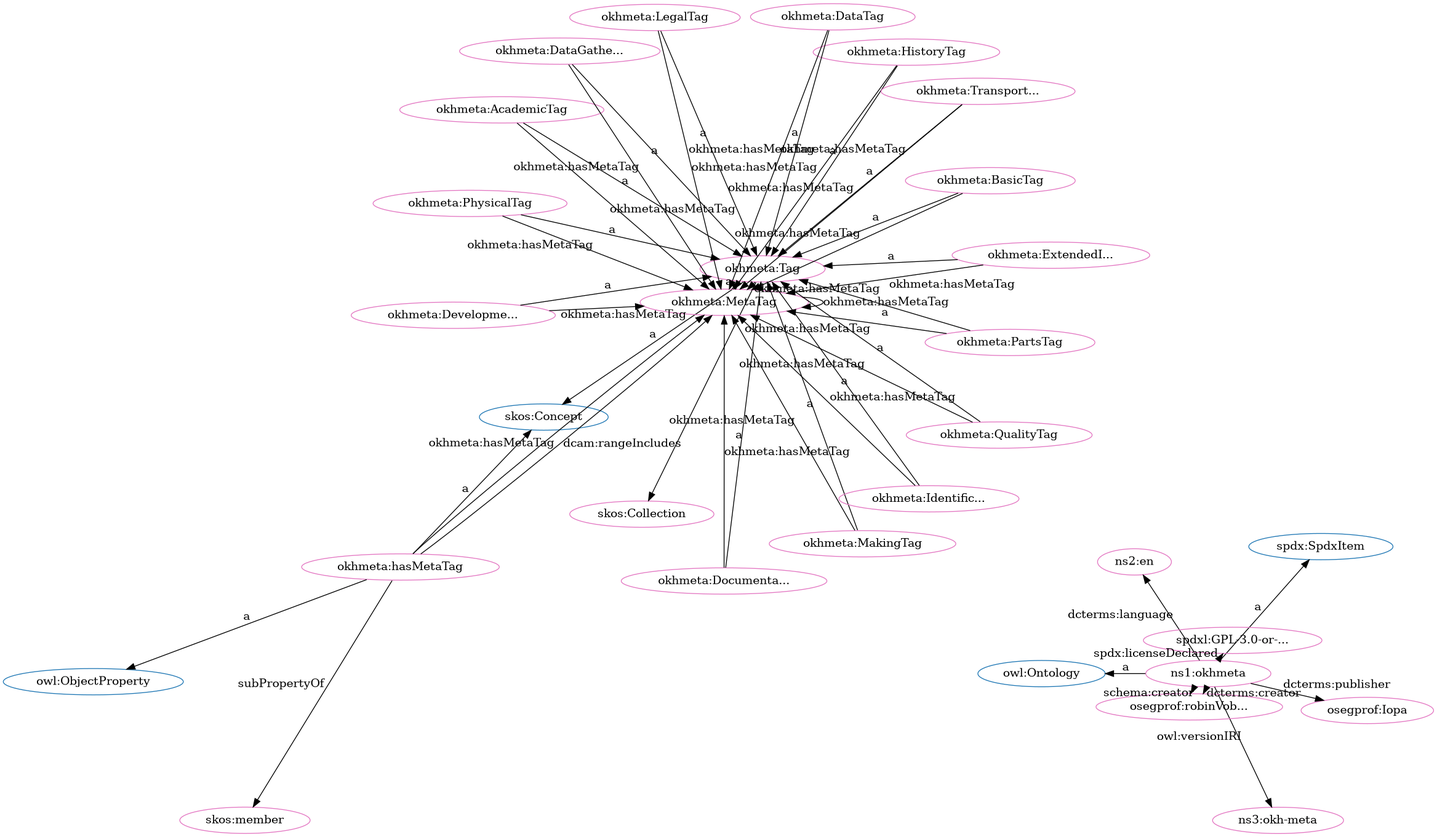
Above: src/spec/fdp_okh-meta.png in iop-alliance/OpenKnowHow (Graphviz), before the change. Its source is kept beside it as src/spec/fdp_okh-meta.dot.
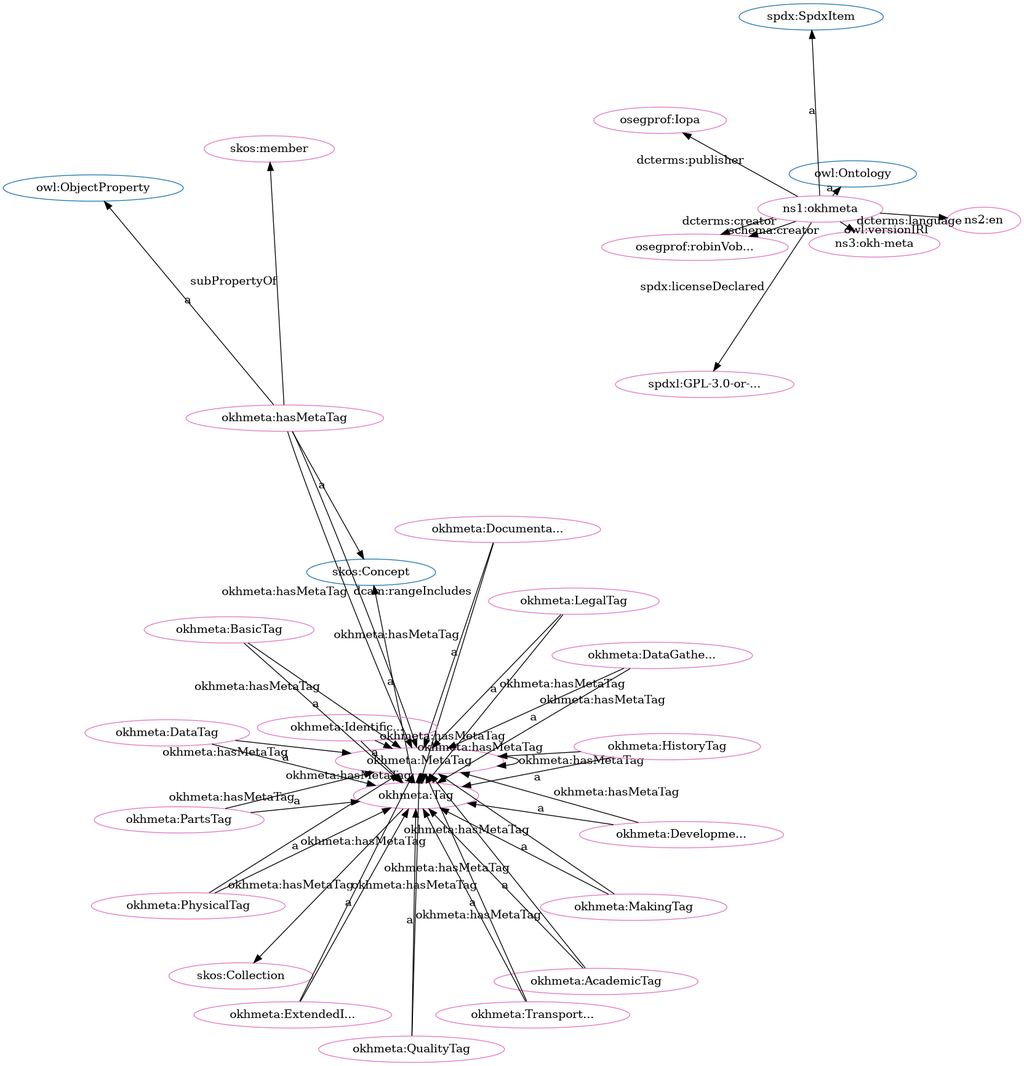
The same file after the commit.

What changed in the source:
```diff
@@ -1,84 +1,84 @@
 digraph G {
   rankdir=BT
   node[height=.3]
+"http://www.w3.org/2004/02/skos/core#Collection" [fillcolor="#1f77b4" color="#1f77b4" label="skos:Collection"]
+"http://w3id.org/oseg/ont/okhmeta#Tag" [fillcolor="#1f77b4" color="#1f77b4" label="okhmeta:Tag"]
+"http://www.w3.org/2002/07/owl#ObjectProperty" [fillcolor="#1f77b4" color="#1f77b4" label="owl:ObjectProperty"]
+"http://spdx.org/rdf/terms#SpdxItem" [fillcolor="#1f77b4" color="#1f77b4" label="spdx:SpdxItem"]
 "http://www.w3.org/2004/02/skos/core#Concept" [fillcolor="#1f77b4" color="#1f77b4" label="skos:Concept"]
 "http://www.w3.org/2002/07/owl#Ontology" [fillcolor="#1f77b4" color="#1f77b4" label="owl:Ontology"]
-"http://spdx.org/rdf/terms#SpdxItem" [fillcolor="#1f77b4" color="#1f77b4" label="spdx:SpdxItem"]
-"http://w3id.org/oseg/ont/okhmeta#Tag" [fillcolor="#1f77b4" color="#1f77b4" label="okhmeta:Tag"]
-"http://www.w3.org/2004/02/skos/core#Collection" [fillcolor="#1f77b4" color="#1f77b4" label="skos:Collection"]
-"http://www.w3.org/2002/07/owl#ObjectProperty" [fillcolor="#1f77b4" color="#1f77b4" label="owl:ObjectProperty"]
+"http://w3id.org/oseg/ont/okhmeta#DataTag" [fillcolor="#e377c2" color="#e377c2" label="okhmeta:DataTag"]
+"http://w3id.org/oseg/ont/okhmeta#PartsTag" [fillcolor="#e377c2" color="#e377c2" label="okhmeta:PartsTag"]
+"http://w3id.org/oseg/ont/oseg-profiles#robinVobruba" [fillcolor="#e377c2" color="#e377c2" label="osegprof:robinVob..."]
+"http://w3id.org/oseg/ont/okhmeta#AcademicTag" [fillcolor="#e377c2" color="#e377c2" label="okhmeta:AcademicTag"]
+"http://w3id.org/oseg/ont/okhmeta#MakingTag" [fillcolor="#e377c2" color="#e377c2" label="okhmeta:MakingTag"]
+"http://w3id.org/oseg/ont/okhmeta" [fillcolor="#e377c2" color="#e377c2" label="ns1:okhmeta"]
+"http://w3id.org/oseg/ont/okhmeta#ExtendedInfoTag" [fillcolor="#e377c2" color="#e377c2" label="okhmeta:ExtendedI..."]
+"http://w3id.org/oseg/ont/okhmeta#Tag" [fillcolor="#e377c2" color="#e377c2" label="okhmeta:Tag"]
+"http://w3id.org/oseg/ont/okhmeta#MetaTag" [fillcolor="#e377c2" color="#e377c2" label="okhmeta:MetaTag"]
+"http://id.loc.gov/vocabulary/iso639-1/en" [fillcolor="#e377c2" color="#e377c2" label="ns2:en"]
+"http://w3id.org/oseg/ont/okhmeta#DataGatheringTag" [fillcolor="#e377c2" color="#e377c2" label="okhmeta:DataGathe..."]
+"http://w3id.org/oseg/ont/okhmeta#hasMetaTag" [fillcolor="#e377c2" color="#e377c2" label="okhmeta:hasMetaTag"]
+"http://w3id.org/oseg/ont/okhmeta#LegalTag" [fillcolor="#e377c2" color="#e377c2" label="okhmeta:LegalTag"]
+"http://w3id.org/oseg/ont/okhmeta#DocumentationTag" [fillcolor="#e377c2" color="#e377c2" label="okhmeta:Documenta..."]
+"http://w3id.org/oseg/ont/okhmeta#IdentificationTag" [fillcolor="#e377c2" color="#e377c2" label="okhmeta:Identific..."]
+"http://w3id.org/oseg/ont/oseg-profiles#Iopa" [fillcolor="#e377c2" color="#e377c2" label="osegprof:Iopa"]
 "http://www.w3.org/2004/02/skos/core#Collection" [fillcolor="#e377c2" color="#e377c2" label="skos:Collection"]
-"http://w3id.org/oseg/ont/okhmeta#MetaTag" [fillcolor="#e377c2" color="#e377c2" label="okhmeta:MetaTag"]
+"http://w3id.org/oseg/ont/okhmeta#DevelopmentTag" [fillcolor="#e377c2" color="#e377c2" label="okhmeta:Developme..."]
 "http://w3id.org/oseg/ont/okhmeta#HistoryTag" [fillcolor="#e377c2" color="#e377c2" label="okhmeta:HistoryTag"]
-"http://w3id.org/oseg/ont/okhmeta#hasMetaTag" [fillcolor="#e377c2" color="#e377c2" label="okhmeta:hasMetaTag"]
-"http://w3id.org/oseg/ont/okhmeta" [fillcolor="#e377c2" color="#e377c2" label="ns1:okhmeta"]
-"http://w3id.org/oseg/ont/okhmeta#MakingTag" [fillcolor="#e377c2" color="#e377c2" label="okhmeta:MakingTag"]
+"http://www.w3.org/2004/02/skos/core#member" [fillcolor="#e377c2" color="#e377c2" label="skos:member"]
+"http://spdx.org/licenses/GPL-3.0-or-later" [fillcolor="#e377c2" color="#e377c2" label="spdxl:GPL-3.0-or-..."]
+"http://w3id.org/oseg/ont/1.1.0/okh-meta" [fillcolor="#e377c2" color="#e377c2" label="ns3:okh-meta"]
 "http://w3id.org/oseg/ont/okhmeta#PhysicalTag" [fillcolor="#e377c2" color="#e377c2" label="okhmeta:PhysicalTag"]
-"http://w3id.org/oseg/ont/okhmeta#PartsTag" [fillcolor="#e377c2" color="#e377c2" label="okhmeta:PartsTag"]
+"http://w3id.org/oseg/ont/okhmeta#BasicTag" [fillcolor="#e377c2" color="#e377c2" label="okhmeta:BasicTag"]
+"http://w3id.org/oseg/ont/okhmeta#TransportationTag" [fillcolor="#e377c2" color="#e377c2" label="okhmeta:Transport..."]
 "http://w3id.org/oseg/ont/okhmeta#QualityTag" [fillcolor="#e377c2" color="#e377c2" label="okhmeta:QualityTag"]
-"http://id.loc.gov/vocabulary/iso639-1/en" [fillcolor="#e377c2" color="#e377c2" label="ns2:en"]
-"http://w3id.org/oseg/ont/okhmeta#ExtendedInfoTag" [fillcolor="#e377c2" color="#e377c2" label="okhmeta:ExtendedI..."]
-"http://w3id.org/oseg/ont/okhmeta#IdentificationTag" [fillcolor="#e377c2" color="#e377c2" label="okhmeta:Identific..."]
-"http://w3id.org/oseg/ont/1.1.0/okh-meta" [fillcolor="#e377c2" color="#e377c2" label="ns3:okh-meta"]
-"http://w3id.org/oseg/ont/okhmeta#TransportationTag" [fillcolor="#e377c2" color="#e377c2" label="okhmeta:Transport..."]
-"http://w3id.org/oseg/ont/okhmeta#BasicTag" [fillcolor="#e377c2" color="#e377c2" label="okhmeta:BasicTag"]
-"http://w3id.org/oseg/ont/okhmeta#Tag" [fillcolor="#e377c2" color="#e377c2" label="okhmeta:Tag"]
-"http://w3id.org/oseg/ont/okhmeta#DocumentationTag" [fillcolor="#e377c2" color="#e377c2" label="okhmeta:Documenta..."]
-"http://w3id.org/oseg/ont/okhmeta#AcademicTag" [fillcolor="#e377c2" color="#e377c2" label="okhmeta:AcademicTag"]
-"http://spdx.org/licenses/GPL-3.0-or-later" [fillcolor="#e377c2" color="#e377c2" label="spdxl:GPL-3.0-or-..."]
-"http://w3id.org/oseg/ont/okhmeta#DataGatheringTag" [fillcolor="#e377c2" color="#e377c2" label="okhmeta:DataGathe..."]
-"http://w3id.org/oseg/ont/okhmeta#LegalTag" [fillcolor="#e377c2" color="#e377c2" label="okhmeta:LegalTag"]
-"http://w3id.org/oseg/ont/okhmeta#DataTag" [fillcolor="#e377c2" color="#e377c2" label="okhmeta:DataTag"]
-"http://w3id.org/oseg/ont/oseg-profiles#robinVobruba" [fillcolor="#e377c2" color="#e377c2" label="osegprof:robinVob..."]
-"http://w3id.org/oseg/ont/oseg-profiles#Iopa" [fillcolor="#e377c2" color="#e377c2" label="osegprof:Iopa"]
-"http://w3id.org/oseg/ont/okhmeta#DevelopmentTag" [fillcolor="#e377c2" color="#e377c2" label="okhmeta:Developme..."]
-"http://www.w3.org/2004/02/skos/core#member" [fillcolor="#e377c2" color="#e377c2" label="skos:member"]
-  "http://w3id.org/oseg/ont/okhmeta#Tag" -> "http://www.w3.org/2004/02/skos/core#Collection" [label=""]
-  "http://w3id.org/oseg/ont/okhmeta#DocumentationTag" -> "http://w3id.org/oseg/ont/okhmeta#MetaTag" [label="okhmeta:hasMetaTag"]
-  "http://w3id.org/oseg/ont/okhmeta#HistoryTag" -> "http://w3id.org/oseg/ont/okhmeta#Tag" [label="a"]
-  "http://w3id.org/oseg/ont/okhmeta#QualityTag" -> "http://w3id.org/oseg/ont/okhmeta#MetaTag" [label="okhmeta:hasMetaTag"]
-  "http://w3id.org/oseg/ont/okhmeta#IdentificationTag" -> "http://w3id.org/oseg/ont/okhmeta#MetaTag" [label="okhmeta:hasMetaTag"]
-  "http://w3id.org/oseg/ont/okhmeta" -> "http://spdx.org/rdf/terms#SpdxItem" [label="a"]
-  "http://w3id.org/oseg/ont/okhmeta#Tag" -> "http://w3id.org/oseg/ont/okhmeta#MetaTag" [label="okhmeta:hasMetaTag"]
+  "http://w3id.org/oseg/ont/okhmeta" -> "http://www.w3.org/2002/07/owl#Ontology" [label="a"]
+  "http://w3id.org/oseg/ont/okhmeta#AcademicTag" -> "http://w3id.org/oseg/ont/okhmeta#MetaTag" [label="okhmeta:hasMetaTag"]
+  "http://w3id.org/oseg/ont/okhmeta#MakingTag" -> "http://w3id.org/oseg/ont/okhmeta#MetaTag" [label="okhmeta:hasMetaTag"]
+  "http://w3id.org/oseg/ont/okhmeta#ExtendedInfoTag" -> "http://w3id.org/oseg/ont/okhmeta#MetaTag" [label="okhmeta:hasMetaTag"]
+  "http://w3id.org/oseg/ont/okhmeta#DataTag" -> "http://w3id.org/oseg/ont/okhmeta#MetaTag" [label="okhmeta:hasMetaTag"]
+  "http://w3id.org/oseg/ont/okhmeta#DataGatheringTag" -> "http://w3id.org/oseg/ont/okhmeta#Tag" [label="a"]
   "http://w3id.org/oseg/ont/okhmeta#MetaTag" -> "http://w3id.org/oseg/ont/okhmeta#MetaTag" [label="okhmeta:hasMetaTag"]
-  "http://w3id.org/oseg/ont/okhmeta#BasicTag" -> "http://w3id.org/oseg/ont/okhmeta#MetaTag" [label="okhmeta:hasMetaTag"]
-  "http://w3id.org/oseg/ont/okhmeta#MakingTag" -> "http://w3id.org/oseg/ont/okhmeta#Tag" [label="a"]
-  "http://w3id.org/oseg/ont/okhmeta#hasMetaTag" -> "http://www.w3.org/2002/07/owl#ObjectProperty" [label="a"]
-  "http://w3id.org/oseg/ont/okhmeta#QualityTag" -> "http://w3id.org/oseg/ont/okhmeta#Tag" [label="a"]
-  "http://w3id.org/oseg/ont/okhmeta#AcademicTag" -> "http://w3id.org/oseg/ont/okhmeta#MetaTag" [label="okhmeta:hasMetaTag"]
+  "http://w3id.org/oseg/ont/okhmeta#DevelopmentTag" -> "http://w3id.org/oseg/ont/okhmeta#MetaTag" [label="okhmeta:hasMetaTag"]
+  "http://w3id.org/oseg/ont/okhmeta#hasMetaTag" -> "http://www.w3.org/2004/02/skos/core#Concept" [label="a"]
+  "http://w3id.org/oseg/ont/okhmeta#LegalTag" -> "http://w3id.org/oseg/ont/okhmeta#Tag" [label="a"]
+  "http://w3id.org/oseg/ont/okhmeta#DataGatheringTag" -> "http://w3id.org/oseg/ont/okhmeta#MetaTag" [label="okhmeta:hasMetaTag"]
   "http://w3id.org/oseg/ont/okhmeta#IdentificationTag" -> "http://w3id.org/oseg/ont/okhmeta#Tag" [label="a"]
   "http://w3id.org/oseg/ont/okhmeta#PartsTag" -> "http://w3id.org/oseg/ont/okhmeta#MetaTag" [label="okhmeta:hasMetaTag"]
-  "http://w3id.org/oseg/ont/okhmeta#ExtendedInfoTag" -> "http://w3id.org/oseg/ont/okhmeta#MetaTag" [label="okhmeta:hasMetaTag"]
+  "http://w3id.org/oseg/ont/okhmeta#hasMetaTag" -> "http://w3id.org/oseg/ont/okhmeta#MetaTag" [label="dcam:rangeIncludes"]
+  "http://w3id.org/oseg/ont/okhmeta#DevelopmentTag" -> "http://w3id.org/oseg/ont/okhmeta#Tag" [label="a"]
+  "http://w3id.org/oseg/ont/okhmeta#HistoryTag" -> "http://w3id.org/oseg/ont/okhmeta#Tag" [label="a"]
+  "http://w3id.org/oseg/ont/okhmeta" -> "http://spdx.org/licenses/GPL-3.0-or-later" [label="spdx:licenseDeclared"]
+  "http://w3id.org/oseg/ont/okhmeta#IdentificationTag" -> "http://w3id.org/oseg/ont/okhmeta#MetaTag" [label="okhmeta:hasMetaTag"]
+  "http://w3id.org/oseg/ont/okhmeta#PhysicalTag" -> "http://w3id.org/oseg/ont/okhmeta#Tag" [label="a"]
   "http://w3id.org/oseg/ont/okhmeta#BasicTag" -> "http://w3id.org/oseg/ont/okhmeta#Tag" [label="a"]
+  "http://w3id.org/oseg/ont/okhmeta#TransportationTag" -> "http://w3id.org/oseg/ont/okhmeta#Tag" [label="a"]
+  "http://w3id.org/oseg/ont/okhmeta#QualityTag" -> "http://w3id.org/oseg/ont/okhmeta#MetaTag" [label="okhmeta:hasMetaTag"]
+  "http://w3id.org/oseg/ont/okhmeta#DataTag" -> "http://w3id.org/oseg/ont/okhmeta#Tag" [label="a"]
+  "http://w3id.org/oseg/ont/okhmeta#PartsTag" -> "http://w3id.org/oseg/ont/okhmeta#Tag" [label="a"]
+  "http://w3id.org/oseg/ont/okhmeta#AcademicTag" -> "http://w3id.org/oseg/ont/okhmeta#Tag" [label="a"]
+  "http://w3id.org/oseg/ont/okhmeta" -> "http://w3id.org/oseg/ont/oseg-profiles#robinVobruba" [label="dcterms:creator"]
+  "http://w3id.org/oseg/ont/okhmeta#MakingTag" -> "http://w3id.org/oseg/ont/okhmeta#Tag" [label="a"]
+  "http://w3id.org/oseg/ont/okhmeta#ExtendedInfoTag" -> "http://w3id.org/oseg/ont/okhmeta#Tag" [label="a"]
   "http://w3id.org/oseg/ont/okhmeta#Tag" -> "http://www.w3.org/2004/02/skos/core#Concept" [label="a"]
+  "http://w3id.org/oseg/ont/okhmeta#MetaTag" -> "http://w3id.org/oseg/ont/okhmeta#Tag" [label="a"]
+  "http://w3id.org/oseg/ont/okhmeta#DocumentationTag" -> "http://w3id.org/oseg/ont/okhmeta#MetaTag" [label="okhmeta:hasMetaTag"]
   "http://w3id.org/oseg/ont/okhmeta#hasMetaTag" -> "http://w3id.org/oseg/ont/okhmeta#MetaTag" [label="okhmeta:hasMetaTag"]
-  "http://w3id.org/oseg/ont/okhmeta#AcademicTag" -> "http://w3id.org/oseg/ont/okhmeta#Tag" [label="a"]
-  "http://w3id.org/oseg/ont/okhmeta#DataGatheringTag" -> "http://w3id.org/oseg/ont/okhmeta#Tag" [label="a"]
+  "http://w3id.org/oseg/ont/okhmeta" -> "http://id.loc.gov/vocabulary/iso639-1/en" [label="dcterms:language"]
+  "http://w3id.org/oseg/ont/okhmeta" -> "http://w3id.org/oseg/ont/oseg-profiles#robinVobruba" [label="schema:creator"]
+  "http://w3id.org/oseg/ont/okhmeta#LegalTag" -> "http://w3id.org/oseg/ont/okhmeta#MetaTag" [label="okhmeta:hasMetaTag"]
+  "http://w3id.org/oseg/ont/okhmeta#DocumentationTag" -> "http://w3id.org/oseg/ont/okhmeta#Tag" [label="a"]
+  "http://w3id.org/oseg/ont/okhmeta#PhysicalTag" -> "http://w3id.org/oseg/ont/okhmeta#MetaTag" [label="okhmeta:hasMetaTag"]
+  "http://w3id.org/oseg/ont/okhmeta#TransportationTag" -> "http://w3id.org/oseg/ont/okhmeta#MetaTag" [label="okhmeta:hasMetaTag"]
+  "http://w3id.org/oseg/ont/okhmeta" -> "http://w3id.org/oseg/ont/oseg-profiles#Iopa" [label="dcterms:publisher"]
+  "http://w3id.org/oseg/ont/okhmeta" -> "http://spdx.org/rdf/terms#SpdxItem" [label="a"]
+  "http://w3id.org/oseg/ont/okhmeta#Tag" -> "http://www.w3.org/2004/02/skos/core#Collection" [label=""]
+  "http://w3id.org/oseg/ont/okhmeta#hasMetaTag" -> "http://www.w3.org/2002/07/owl#ObjectProperty" [label="a"]
   "http://w3id.org/oseg/ont/okhmeta#hasMetaTag" -> "http://www.w3.org/2004/02/skos/core#member" [label="subPropertyOf"]
-  "http://w3id.org/oseg/ont/okhmeta#PhysicalTag" -> "http://w3id.org/oseg/ont/okhmeta#MetaTag" [label="okhmeta:hasMetaTag"]
-  "http://w3id.org/oseg/ont/okhmeta#DataTag" -> "http://w3id.org/oseg/ont/okhmeta#MetaTag" [label="okhmeta:hasMetaTag"]
-  "http://w3id.org/oseg/ont/okhmeta#hasMetaTag" -> "http://w3id.org/oseg/ont/okhmeta#MetaTag" [label="dcam:rangeIncludes"]
-  "http://w3id.org/oseg/ont/okhmeta#DataGatheringTag" -> "http://w3id.org/oseg/ont/okhmeta#MetaTag" [label="okhmeta:hasMetaTag"]
-  "http://w3id.org/oseg/ont/okhmeta#hasMetaTag" -> "http://www.w3.org/2004/02/skos/core#Concept" [label="a"]
+  "http://w3id.org/oseg/ont/okhmeta" -> "http://w3id.org/oseg/ont/1.1.0/okh-meta" [label="owl:versionIRI"]
   "http://w3id.org/oseg/ont/okhmeta#HistoryTag" -> "http://w3id.org/oseg/ont/okhmeta#MetaTag" [label="okhmeta:hasMetaTag"]
-  "http://w3id.org/oseg/ont/okhmeta" -> "http://www.w3.org/2002/07/owl#Ontology" [label="a"]
-  "http://w3id.org/oseg/ont/okhmeta#PhysicalTag" -> "http://w3id.org/oseg/ont/okhmeta#Tag" [label="a"]
-  "http://w3id.org/oseg/ont/okhmeta#PartsTag" -> "http://w3id.org/oseg/ont/okhmeta#Tag" [label="a"]
-  "http://w3id.org/oseg/ont/okhmeta" -> "http://id.loc.gov/vocabulary/iso639-1/en" [label="dcterms:language"]
-  "http://w3id.org/oseg/ont/okhmeta#ExtendedInfoTag" -> "http://w3id.org/oseg/ont/okhmeta#Tag" [label="a"]
-  "http://w3id.org/oseg/ont/okhmeta#MakingTag" -> "http://w3id.org/oseg/ont/okhmeta#MetaTag" [label="okhmeta:hasMetaTag"]
-  "http://w3id.org/oseg/ont/okhmeta#LegalTag" -> "http://w3id.org/oseg/ont/okhmeta#MetaTag" [label="okhmeta:hasMetaTag"]
-  "http://w3id.org/oseg/ont/okhmeta" -> "http://w3id.org/oseg/ont/1.1.0/okh-meta" [label="owl:versionIRI"]
-  "http://w3id.org/oseg/ont/okhmeta#TransportationTag" -> "http://w3id.org/oseg/ont/okhmeta#Tag" [label="a"]
-  "http://w3id.org/oseg/ont/okhmeta#DevelopmentTag" -> "http://w3id.org/oseg/ont/okhmeta#MetaTag" [label="okhmeta:hasMetaTag"]
-  "http://w3id.org/oseg/ont/okhmeta#DocumentationTag" -> "http://w3id.org/oseg/ont/okhmeta#Tag" [label="a"]
-  "http://w3id.org/oseg/ont/okhmeta" -> "http://spdx.org/licenses/GPL-3.0-or-later" [label="spdx:licenseDeclared"]
-  "http://w3id.org/oseg/ont/okhmeta#LegalTag" -> "http://w3id.org/oseg/ont/okhmeta#Tag" [label="a"]
-  "http://w3id.org/oseg/ont/okhmeta#DataTag" -> "http://w3id.org/oseg/ont/okhmeta#Tag" [label="a"]
-  "http://w3id.org/oseg/ont/okhmeta" -> "http://w3id.org/oseg/ont/oseg-profiles#robinVobruba" [label="dcterms:creator"]
-  "http://w3id.org/oseg/ont/okhmeta#TransportationTag" -> "http://w3id.org/oseg/ont/okhmeta#MetaTag" [label="okhmeta:hasMetaTag"]
-  "http://w3id.org/oseg/ont/okhmeta" -> "http://w3id.org/oseg/ont/oseg-profiles#robinVobruba" [label="schema:creator"]
-  "http://w3id.org/oseg/ont/okhmeta" -> "http://w3id.org/oseg/ont/oseg-profiles#Iopa" [label="dcterms:publisher"]
-  "http://w3id.org/oseg/ont/okhmeta#DevelopmentTag" -> "http://w3id.org/oseg/ont/okhmeta#Tag" [label="a"]
-  "http://w3id.org/oseg/ont/okhmeta#MetaTag" -> "http://w3id.org/oseg/ont/okhmeta#Tag" [label="a"]
+  "http://w3id.org/oseg/ont/okhmeta#QualityTag" -> "http://w3id.org/oseg/ont/okhmeta#Tag" [label="a"]
+  "http://w3id.org/oseg/ont/okhmeta#BasicTag" -> "http://w3id.org/oseg/ont/okhmeta#MetaTag" [label="okhmeta:hasMetaTag"]
+  "http://w3id.org/oseg/ont/okhmeta#Tag" -> "http://w3id.org/oseg/ont/okhmeta#MetaTag" [label="okhmeta:hasMetaTag"]
 }
```
